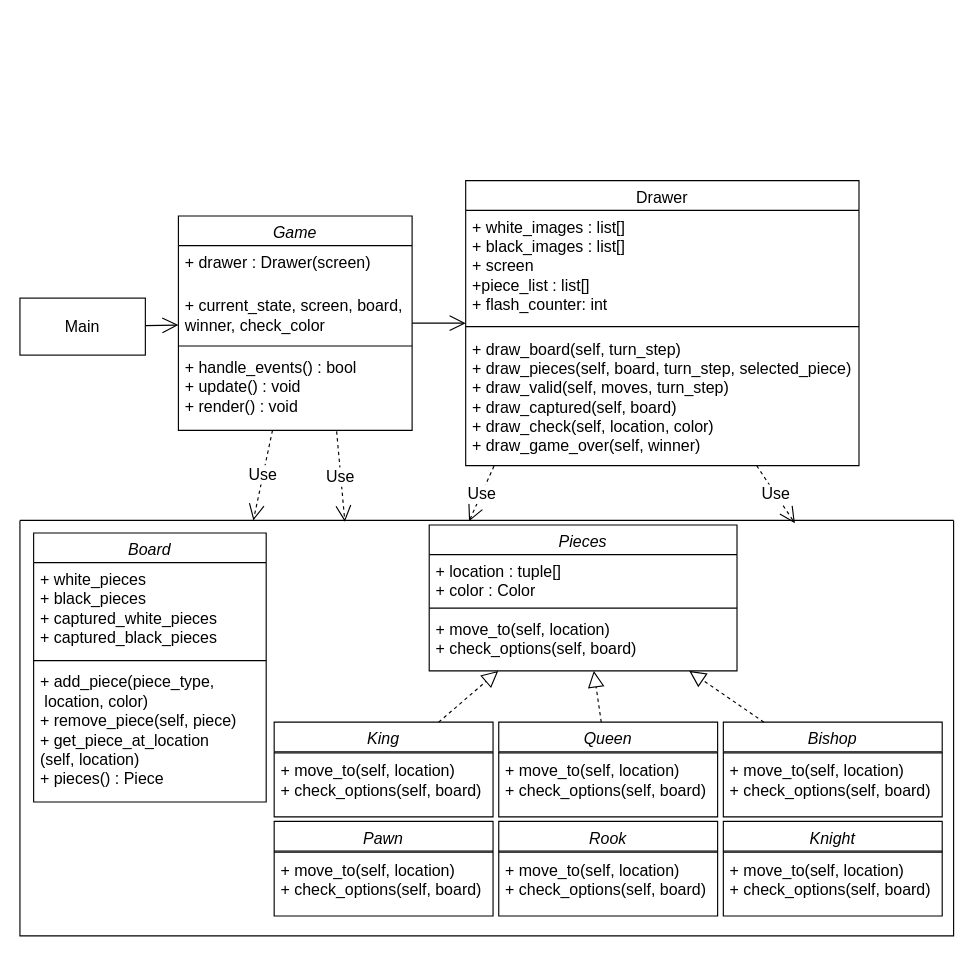
Above: page "diagrama Facade" (2 of 2) of diagrams/applied_design_patterns.drawio in arturdsilva/pygameChess (draw.io), before the change. Source tidied: cells renumbered, new cells numbered last; positions are measured from the earlier drawing's top-left corner, leaving out a move shared by most shapes. Both pictures are drawn from the tidied source at 114%, with x=0, y=0 at pixel (19, 180).
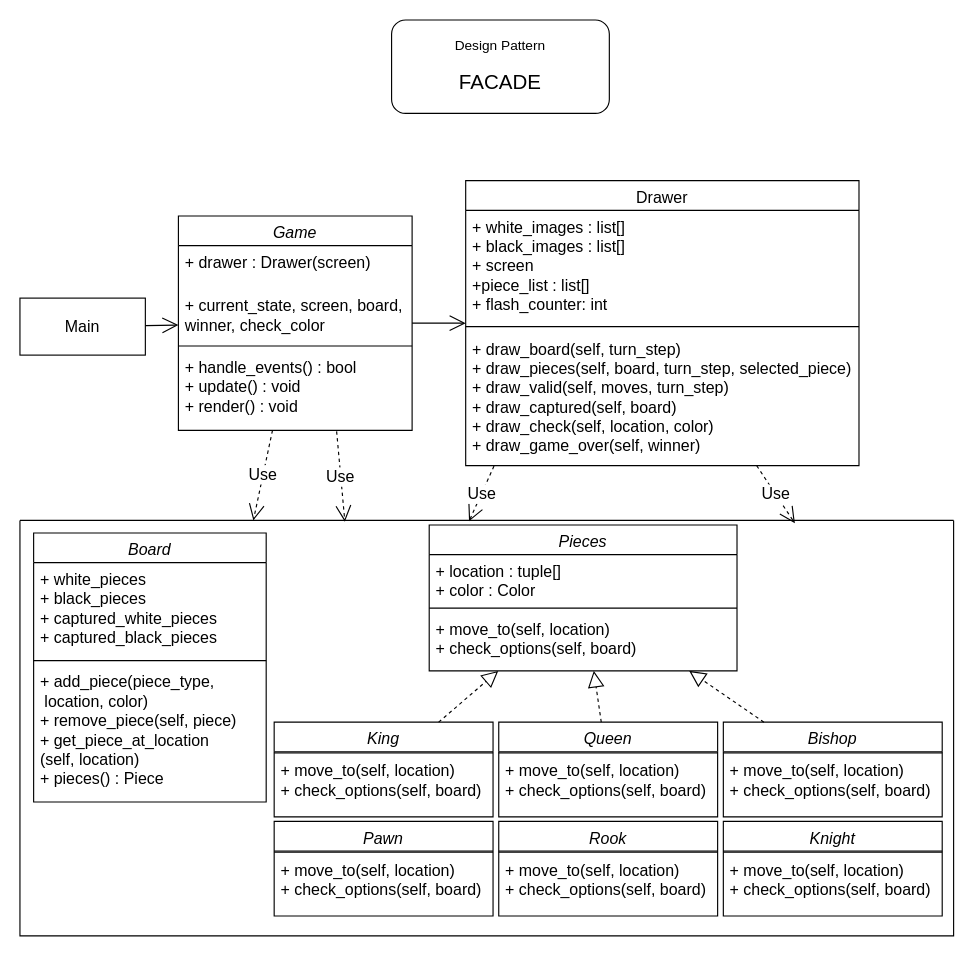
The same diagram, later.

The edit, as a diff of the source:
```diff
@@
+    <mxCell id="48" value="Design Pattern&lt;div&gt;&lt;br&gt;&lt;div&gt;&lt;font style=&quot;font-size: 18px;&quot;&gt;FACADE&lt;/font&gt;&lt;/div&gt;&lt;/div&gt;" style="rounded=1;whiteSpace=wrap;html=1;" parent="1" vertex="1">
+      <mxGeometry x="326" y="-141" width="191" height="82" as="geometry" />
+    </mxCell>
```
